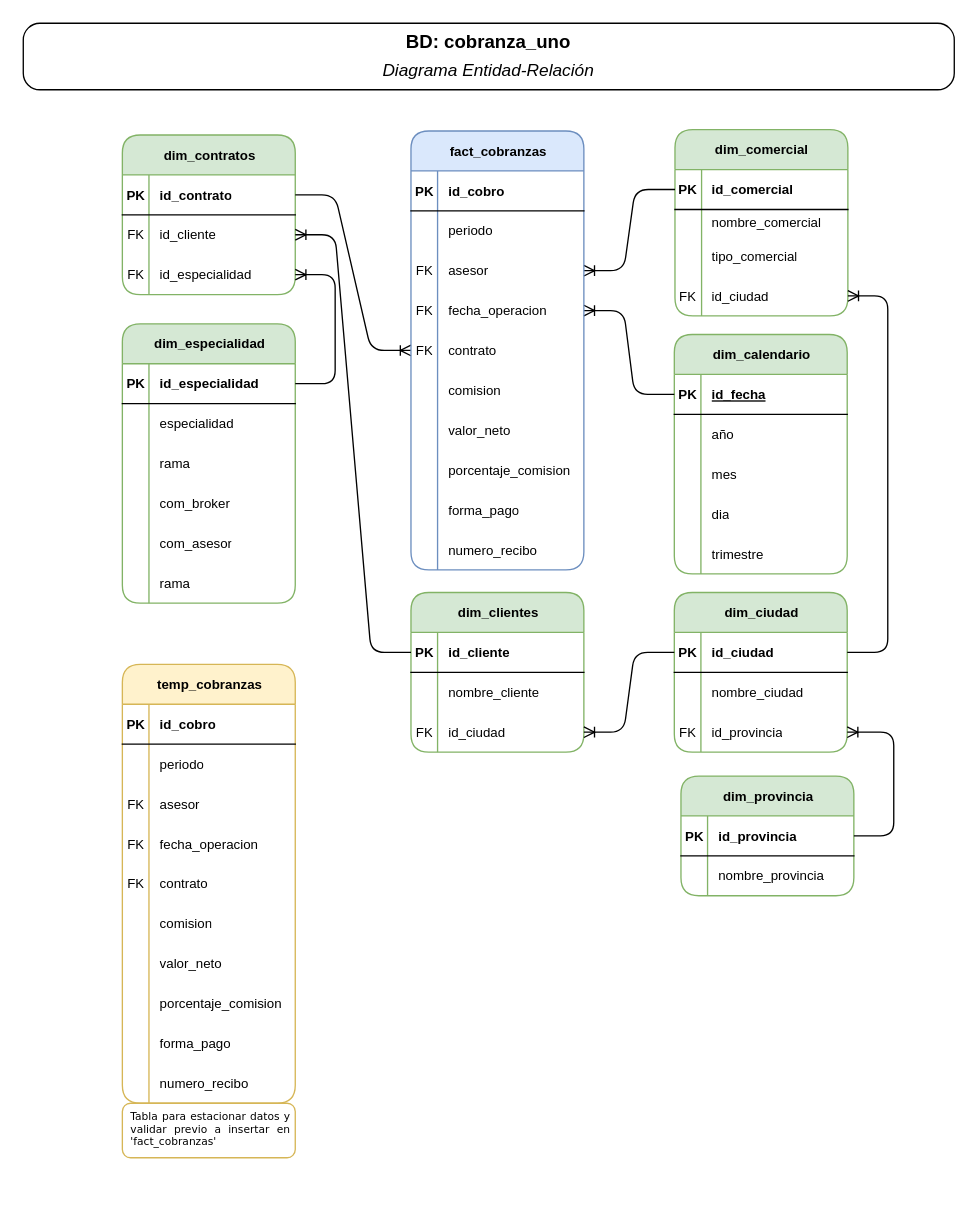
The draw.io diagram Documentos/Diagrama ER.drawio in Marcelo-F-Martin/PI_UA_pipeline_analisis_de_cobranza, before the edit. Source tidied: cells renumbered, new cells numbered last; positions are measured from the earlier drawing's top-left corner, leaving out a move shared by most shapes. Both pictures are drawn from the tidied source at 133%, with x=0, y=0 at pixel (23, 23).
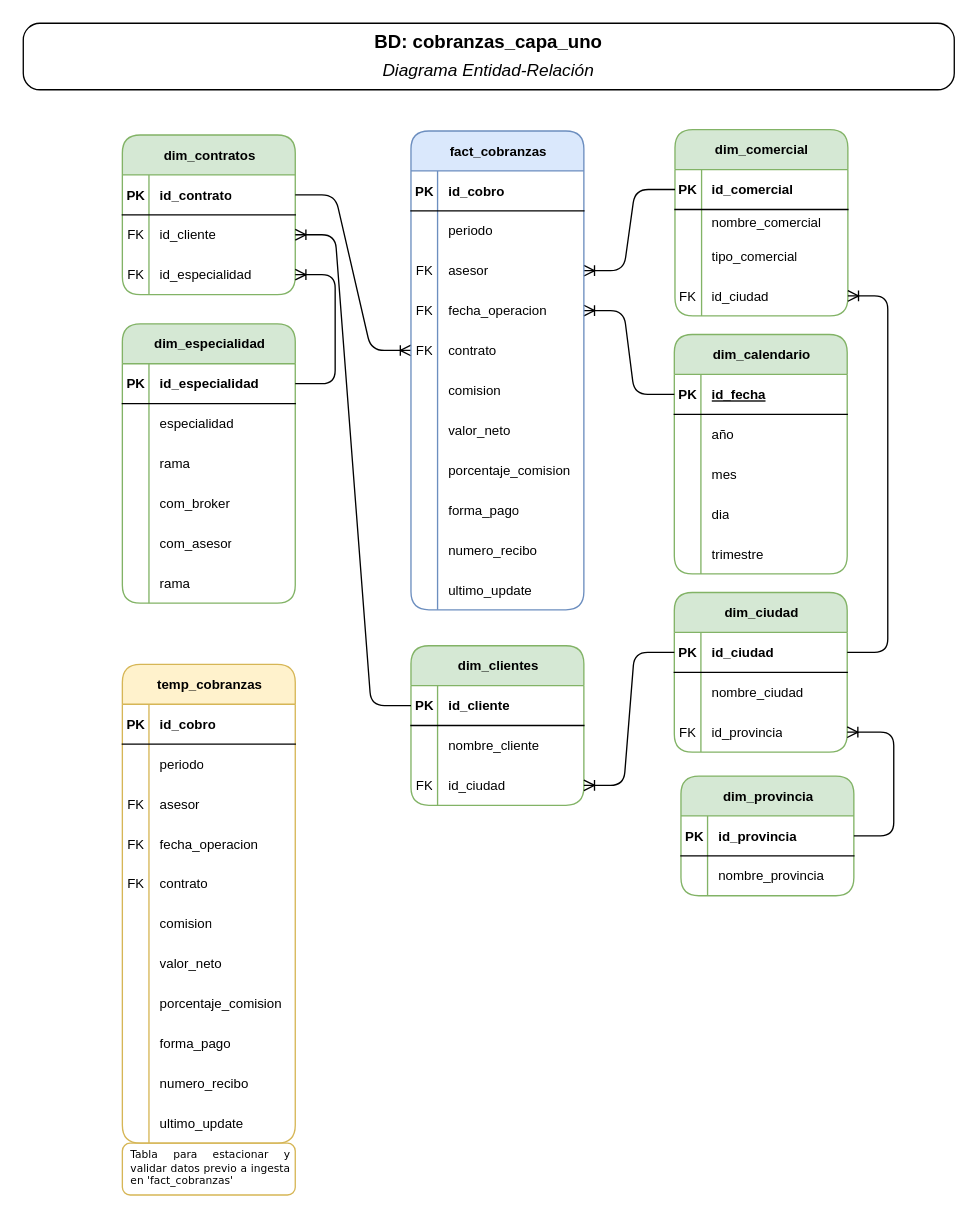
Above is the later version.

What changed in the source:
```diff
@@
     <mxCell id="38" value="&lt;span style=&quot;text-wrap-mode: wrap;&quot;&gt;dim_clientes&lt;/span&gt;" style="shape=table;startSize=30;childLayout=tableLayout;rowLines=0;fontStyle=1;align=center;html=1;fillColor=#d5e8d4;strokeColor=#82b366;rounded=1;fontSize=10;" parent="1" vertex="1">
-      <mxGeometry x="291.5" y="428" width="130" height="120" as="geometry" />
+      <mxGeometry x="291.5" y="468" width="130" height="120" as="geometry" />
     </mxCell>
@@
-    <mxCell id="95" value="&lt;div style=&quot;line-height: 80%;&quot;&gt;&lt;div&gt;&lt;b&gt;&lt;font style=&quot;line-height: 80%; font-size: 14px;&quot;&gt;BD: cobranza_uno&lt;/font&gt;&lt;/b&gt;&lt;/div&gt;&lt;div&gt;&lt;b&gt;&lt;font style=&quot;font-size: 13px;&quot;&gt;&lt;br&gt;&lt;/font&gt;&lt;/b&gt;&lt;/div&gt;&lt;font style=&quot;font-size: 13px; line-height: 80%;&quot;&gt;&lt;i style=&quot;&quot;&gt;Diagrama Entidad-Relación&lt;/i&gt;&lt;/font&gt;&lt;/div&gt;" style="rounded=1;whiteSpace=wrap;html=1;fillColor=none;arcSize=25;" parent="1" vertex="1">
+    <mxCell id="95" value="&lt;div style=&quot;line-height: 80%;&quot;&gt;&lt;div&gt;&lt;b&gt;&lt;font style=&quot;line-height: 80%; font-size: 14px;&quot;&gt;BD: cobranzas_capa_uno&lt;/font&gt;&lt;/b&gt;&lt;/div&gt;&lt;div&gt;&lt;b&gt;&lt;font style=&quot;font-size: 13px;&quot;&gt;&lt;br&gt;&lt;/font&gt;&lt;/b&gt;&lt;/div&gt;&lt;font style=&quot;font-size: 13px; line-height: 80%;&quot;&gt;&lt;i style=&quot;&quot;&gt;Diagrama Entidad-Relación&lt;/i&gt;&lt;/font&gt;&lt;/div&gt;" style="rounded=1;whiteSpace=wrap;html=1;fillColor=none;arcSize=25;" parent="1" vertex="1">
       <mxGeometry width="700" height="50" as="geometry" />
     </mxCell>
     <mxCell id="96" value="&lt;span style=&quot;text-wrap-mode: wrap;&quot;&gt;fact_cobranzas&lt;/span&gt;" style="shape=table;startSize=30;childLayout=tableLayout;rowLines=0;fontStyle=1;align=center;html=1;fillColor=#dae8fc;strokeColor=#6c8ebf;rounded=1;fontSize=10;" parent="1" vertex="1">
-      <mxGeometry x="291.5" y="81" width="130" height="330" as="geometry" />
+      <mxGeometry x="291.5" y="81" width="130" height="360" as="geometry" />
     </mxCell>
@@
+    <mxCell id="159" style="shape=tableRow;horizontal=0;startSize=0;swimlaneHead=0;swimlaneBody=0;fillColor=none;top=0;left=0;right=0;bottom=0;fontSize=10;" parent="96" vertex="1">
+      <mxGeometry y="330" width="130" height="30" as="geometry" />
+    </mxCell>
+    <mxCell id="160" style="shape=partialRectangle;fillColor=none;top=0;left=0;bottom=0;right=0;overflow=hidden;whiteSpace=wrap;html=1;fontSize=10;" parent="159" vertex="1">
+      <mxGeometry width="20" height="30" as="geometry" />
+    </mxCell>
+    <mxCell id="161" value="ultimo_update" style="shape=partialRectangle;fillColor=none;top=0;left=0;bottom=0;right=0;align=left;spacingLeft=6;overflow=hidden;whiteSpace=wrap;html=1;fontSize=10;" parent="159" vertex="1">
+      <mxGeometry x="20" width="110" height="30" as="geometry" />
+    </mxCell>
     <mxCell id="127" value="&lt;span style=&quot;text-wrap-mode: wrap;&quot;&gt;temp_cobranzas&lt;/span&gt;" style="shape=table;startSize=30;childLayout=tableLayout;rowLines=0;fontStyle=1;align=center;html=1;fillColor=#fff2cc;strokeColor=#d6b656;rounded=1;fontSize=10;" parent="1" vertex="1">
-      <mxGeometry x="74.5" y="482" width="130" height="330" as="geometry" />
+      <mxGeometry x="74.5" y="482" width="130" height="360" as="geometry" />
     </mxCell>
@@
+    <mxCell id="162" style="shape=tableRow;horizontal=0;startSize=0;swimlaneHead=0;swimlaneBody=0;fillColor=none;top=0;left=0;right=0;bottom=0;fontSize=10;" parent="127" vertex="1">
+      <mxGeometry y="330" width="130" height="30" as="geometry" />
+    </mxCell>
+    <mxCell id="163" style="shape=partialRectangle;fillColor=none;top=0;left=0;bottom=0;right=0;overflow=hidden;whiteSpace=wrap;html=1;fontSize=10;" parent="162" vertex="1">
+      <mxGeometry width="20" height="30" as="geometry" />
+    </mxCell>
+    <mxCell id="164" value="ultimo_update" style="shape=partialRectangle;fillColor=none;top=0;left=0;bottom=0;right=0;align=left;spacingLeft=6;overflow=hidden;whiteSpace=wrap;html=1;fontSize=10;" parent="162" vertex="1">
+      <mxGeometry x="20" width="110" height="30" as="geometry" />
+    </mxCell>
-    <mxCell id="158" value="&lt;div style=&quot;text-align: justify;&quot;&gt;&lt;span style=&quot;font-family: Verdana; background-color: transparent; color: light-dark(rgb(0, 0, 0), rgb(255, 255, 255));&quot;&gt;Tabla para estacionar datos y validar previo a insertar en 'fact_cobranzas'&lt;/span&gt;&lt;/div&gt;" style="rounded=1;whiteSpace=wrap;html=1;fillColor=none;strokeColor=#d6b656;align=left;spacingLeft=4;spacingRight=4;spacingBottom=3;spacingTop=2;fontSize=8;" parent="1" vertex="1">
-      <mxGeometry x="74.5" y="812" width="130" height="41" as="geometry" />
+    <mxCell id="158" value="&lt;div style=&quot;text-align: justify;&quot;&gt;&lt;span style=&quot;font-family: Verdana; background-color: transparent; color: light-dark(rgb(0, 0, 0), rgb(255, 255, 255));&quot;&gt;Tabla para estacionar y validar datos previo a ingesta en 'fact_cobranzas'&lt;/span&gt;&lt;/div&gt;" style="rounded=1;whiteSpace=wrap;html=1;fillColor=none;strokeColor=#d6b656;align=left;spacingLeft=4;spacingRight=4;spacingBottom=2;spacingTop=1;fontSize=8;spacing=2;" parent="1" vertex="1">
+      <mxGeometry x="74.5" y="842" width="130" height="39" as="geometry" />
     </mxCell>
```
